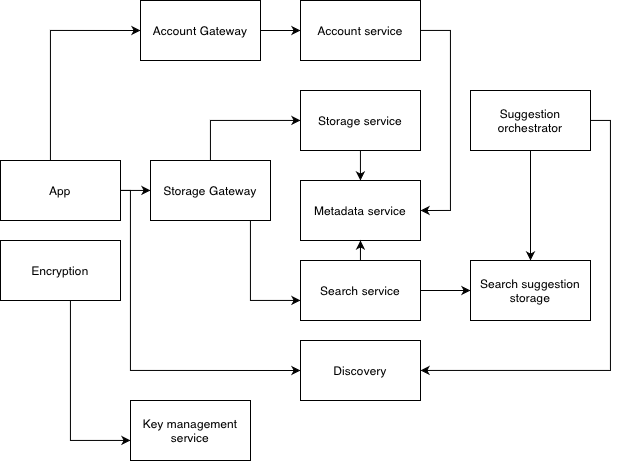
This is Vault.png from vjadye/hello-world, a draw.io export, as it was before one commit. Source tidied: cells renumbered, new cells last; positions are measured from the earlier drawing's top-left corner, leaving out a move shared by most shapes. Source of this version:
```xml
<mxGraphModel>
  <root>
    <mxCell id="0" />
    <mxCell id="1" parent="0" />
    <mxCell id="2" style="edgeStyle=orthogonalEdgeStyle;rounded=0;jettySize=auto;html=1;entryX=0;entryY=0.5;entryDx=0;entryDy=0;" parent="1" edge="1" source="5" target="18">
      <mxGeometry relative="1" as="geometry">
        <Array as="points">
          <mxPoint x="50" y="30" />
        </Array>
      </mxGeometry>
    </mxCell>
    <mxCell id="3" style="edgeStyle=orthogonalEdgeStyle;rounded=0;jettySize=auto;html=1;" parent="1" edge="1" source="5" target="10">
      <mxGeometry relative="1" as="geometry" />
    </mxCell>
    <mxCell id="4" style="edgeStyle=orthogonalEdgeStyle;rounded=0;jettySize=auto;html=1;entryX=0;entryY=0.5;entryDx=0;entryDy=0;" parent="1" edge="1" source="5" target="25">
      <mxGeometry relative="1" as="geometry">
        <Array as="points">
          <mxPoint x="130" y="190" />
          <mxPoint x="130" y="370" />
        </Array>
      </mxGeometry>
    </mxCell>
    <mxCell id="5" value="App" style="rounded=0;whiteSpace=wrap;html=1;" parent="1" vertex="1">
      <mxGeometry y="160" width="120" height="60" as="geometry" />
    </mxCell>
    <mxCell id="6" style="edgeStyle=orthogonalEdgeStyle;rounded=0;jettySize=auto;html=1;" parent="1" edge="1" source="7" target="26">
      <mxGeometry relative="1" as="geometry">
        <Array as="points">
          <mxPoint x="70" y="440" />
        </Array>
      </mxGeometry>
    </mxCell>
    <mxCell id="7" value="Encryption" style="rounded=0;whiteSpace=wrap;html=1;" parent="1" vertex="1">
      <mxGeometry y="240" width="120" height="60" as="geometry" />
    </mxCell>
    <mxCell id="8" style="edgeStyle=orthogonalEdgeStyle;rounded=0;jettySize=auto;html=1;" parent="1" edge="1" source="10" target="16">
      <mxGeometry relative="1" as="geometry">
        <Array as="points">
          <mxPoint x="250" y="300" />
        </Array>
      </mxGeometry>
    </mxCell>
    <mxCell id="9" style="edgeStyle=orthogonalEdgeStyle;rounded=0;jettySize=auto;html=1;" parent="1" edge="1" source="10" target="12">
      <mxGeometry relative="1" as="geometry">
        <Array as="points">
          <mxPoint x="210" y="120" />
        </Array>
      </mxGeometry>
    </mxCell>
    <mxCell id="10" value="Storage Gateway" style="rounded=0;whiteSpace=wrap;html=1;" parent="1" vertex="1">
      <mxGeometry x="150" y="160" width="120" height="60" as="geometry" />
    </mxCell>
    <mxCell id="11" style="edgeStyle=orthogonalEdgeStyle;rounded=0;jettySize=auto;html=1;" parent="1" edge="1" source="12" target="13">
      <mxGeometry relative="1" as="geometry" />
    </mxCell>
    <mxCell id="12" value="Storage service" style="rounded=0;whiteSpace=wrap;html=1;" parent="1" vertex="1">
      <mxGeometry x="300" y="90" width="120" height="60" as="geometry" />
    </mxCell>
    <mxCell id="13" value="Metadata service" style="rounded=0;whiteSpace=wrap;html=1;" parent="1" vertex="1">
      <mxGeometry x="300" y="180" width="120" height="60" as="geometry" />
    </mxCell>
    <mxCell id="14" style="edgeStyle=orthogonalEdgeStyle;rounded=0;jettySize=auto;html=1;entryX=0.5;entryY=1;entryDx=0;entryDy=0;" parent="1" edge="1" source="16" target="13">
      <mxGeometry relative="1" as="geometry" />
    </mxCell>
    <mxCell id="15" style="edgeStyle=orthogonalEdgeStyle;rounded=0;jettySize=auto;html=1;" parent="1" edge="1" source="16" target="24">
      <mxGeometry relative="1" as="geometry" />
    </mxCell>
    <mxCell id="16" value="Search service" style="rounded=0;whiteSpace=wrap;html=1;" parent="1" vertex="1">
      <mxGeometry x="300" y="260" width="120" height="60" as="geometry" />
    </mxCell>
    <mxCell id="17" style="edgeStyle=orthogonalEdgeStyle;rounded=0;jettySize=auto;html=1;" parent="1" edge="1" source="18" target="20">
      <mxGeometry relative="1" as="geometry" />
    </mxCell>
    <mxCell id="18" value="Account Gateway" style="rounded=0;whiteSpace=wrap;html=1;" parent="1" vertex="1">
      <mxGeometry x="140" width="120" height="60" as="geometry" />
    </mxCell>
    <mxCell id="19" style="edgeStyle=orthogonalEdgeStyle;rounded=0;jettySize=auto;html=1;entryX=1;entryY=0.5;entryDx=0;entryDy=0;" parent="1" edge="1" source="20" target="13">
      <mxGeometry relative="1" as="geometry">
        <Array as="points">
          <mxPoint x="450" y="30" />
          <mxPoint x="450" y="210" />
        </Array>
      </mxGeometry>
    </mxCell>
    <mxCell id="20" value="Account service" style="rounded=0;whiteSpace=wrap;html=1;" parent="1" vertex="1">
      <mxGeometry x="300" width="120" height="60" as="geometry" />
    </mxCell>
    <mxCell id="21" style="edgeStyle=orthogonalEdgeStyle;rounded=0;jettySize=auto;html=1;entryX=0.5;entryY=0;entryDx=0;entryDy=0;" parent="1" edge="1" source="23" target="24">
      <mxGeometry relative="1" as="geometry" />
    </mxCell>
    <mxCell id="22" style="edgeStyle=orthogonalEdgeStyle;rounded=0;jettySize=auto;html=1;" parent="1" edge="1" source="23" target="25">
      <mxGeometry relative="1" as="geometry">
        <Array as="points">
          <mxPoint x="610" y="120" />
          <mxPoint x="610" y="370" />
        </Array>
      </mxGeometry>
    </mxCell>
    <mxCell id="23" value="Suggestion orchestrator" style="rounded=0;whiteSpace=wrap;html=1;" parent="1" vertex="1">
      <mxGeometry x="470" y="90" width="120" height="60" as="geometry" />
    </mxCell>
    <mxCell id="24" value="Search suggestion storage" style="rounded=0;whiteSpace=wrap;html=1;" parent="1" vertex="1">
      <mxGeometry x="470" y="260" width="120" height="60" as="geometry" />
    </mxCell>
    <mxCell id="25" value="Discovery" style="rounded=0;whiteSpace=wrap;html=1;" parent="1" vertex="1">
      <mxGeometry x="300" y="340" width="120" height="60" as="geometry" />
    </mxCell>
    <mxCell id="26" value="Key management service" style="rounded=0;whiteSpace=wrap;html=1;" parent="1" vertex="1">
      <mxGeometry x="130" y="400" width="120" height="60" as="geometry" />
    </mxCell>
  </root>
</mxGraphModel>
```
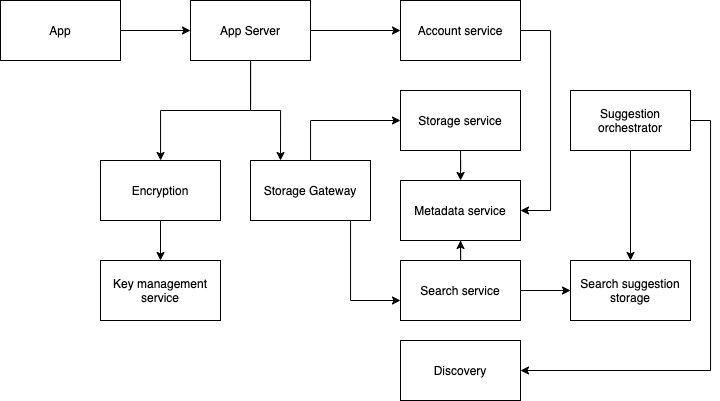
The same file after the commit.

The edit, as a diff of the source:
```diff
@@ -2,36 +2,17 @@
   <root>
     <mxCell id="0" />
     <mxCell id="1" parent="0" />
-    <mxCell id="2" style="edgeStyle=orthogonalEdgeStyle;rounded=0;jettySize=auto;html=1;entryX=0;entryY=0.5;entryDx=0;entryDy=0;" parent="1" edge="1" source="5" target="18">
-      <mxGeometry relative="1" as="geometry">
-        <Array as="points">
-          <mxPoint x="50" y="30" />
-        </Array>
-      </mxGeometry>
+    <mxCell id="2" style="edgeStyle=orthogonalEdgeStyle;rounded=0;jettySize=auto;html=1;" parent="1" edge="1" source="5" target="18">
+      <mxGeometry relative="1" as="geometry" />
     </mxCell>
-    <mxCell id="3" style="edgeStyle=orthogonalEdgeStyle;rounded=0;jettySize=auto;html=1;" parent="1" edge="1" source="5" target="10">
-      <mxGeometry relative="1" as="geometry" />
-    </mxCell>
-    <mxCell id="4" style="edgeStyle=orthogonalEdgeStyle;rounded=0;jettySize=auto;html=1;entryX=0;entryY=0.5;entryDx=0;entryDy=0;" parent="1" edge="1" source="5" target="25">
-      <mxGeometry relative="1" as="geometry">
-        <Array as="points">
-          <mxPoint x="130" y="190" />
-          <mxPoint x="130" y="370" />
-        </Array>
-      </mxGeometry>
-    </mxCell>
     <mxCell id="5" value="App" style="rounded=0;whiteSpace=wrap;html=1;" parent="1" vertex="1">
-      <mxGeometry y="160" width="120" height="60" as="geometry" />
+      <mxGeometry x="-100" width="120" height="60" as="geometry" />
     </mxCell>
     <mxCell id="6" style="edgeStyle=orthogonalEdgeStyle;rounded=0;jettySize=auto;html=1;" parent="1" edge="1" source="7" target="26">
-      <mxGeometry relative="1" as="geometry">
-        <Array as="points">
-          <mxPoint x="70" y="440" />
-        </Array>
-      </mxGeometry>
+      <mxGeometry relative="1" as="geometry" />
     </mxCell>
     <mxCell id="7" value="Encryption" style="rounded=0;whiteSpace=wrap;html=1;" parent="1" vertex="1">
-      <mxGeometry y="240" width="120" height="60" as="geometry" />
+      <mxGeometry y="160" width="120" height="60" as="geometry" />
     </mxCell>
     <mxCell id="8" style="edgeStyle=orthogonalEdgeStyle;rounded=0;jettySize=auto;html=1;" parent="1" edge="1" source="10" target="16">
       <mxGeometry relative="1" as="geometry">
@@ -71,8 +52,14 @@
     <mxCell id="17" style="edgeStyle=orthogonalEdgeStyle;rounded=0;jettySize=auto;html=1;" parent="1" edge="1" source="18" target="20">
       <mxGeometry relative="1" as="geometry" />
     </mxCell>
+    <mxCell id="27" style="edgeStyle=orthogonalEdgeStyle;rounded=0;jettySize=auto;html=1;" parent="1" edge="1" source="18" target="7">
+      <mxGeometry relative="1" as="geometry" />
+    </mxCell>
+    <mxCell id="28" style="edgeStyle=orthogonalEdgeStyle;rounded=0;jettySize=auto;html=1;entryX=0.25;entryY=0;entryDx=0;entryDy=0;" parent="1" edge="1" source="18" target="10">
+      <mxGeometry relative="1" as="geometry" />
+    </mxCell>
-    <mxCell id="18" value="Account Gateway" style="rounded=0;whiteSpace=wrap;html=1;" parent="1" vertex="1">
-      <mxGeometry x="140" width="120" height="60" as="geometry" />
+    <mxCell id="18" value="App Server" style="rounded=0;whiteSpace=wrap;html=1;" parent="1" vertex="1">
+      <mxGeometry x="90" width="120" height="60" as="geometry" />
     </mxCell>
     <mxCell id="19" style="edgeStyle=orthogonalEdgeStyle;rounded=0;jettySize=auto;html=1;entryX=1;entryY=0.5;entryDx=0;entryDy=0;" parent="1" edge="1" source="20" target="13">
       <mxGeometry relative="1" as="geometry">
@@ -106,7 +93,7 @@
       <mxGeometry x="300" y="340" width="120" height="60" as="geometry" />
     </mxCell>
     <mxCell id="26" value="Key management service" style="rounded=0;whiteSpace=wrap;html=1;" parent="1" vertex="1">
-      <mxGeometry x="130" y="400" width="120" height="60" as="geometry" />
+      <mxGeometry y="260" width="120" height="60" as="geometry" />
     </mxCell>
   </root>
 </mxGraphModel>
```
